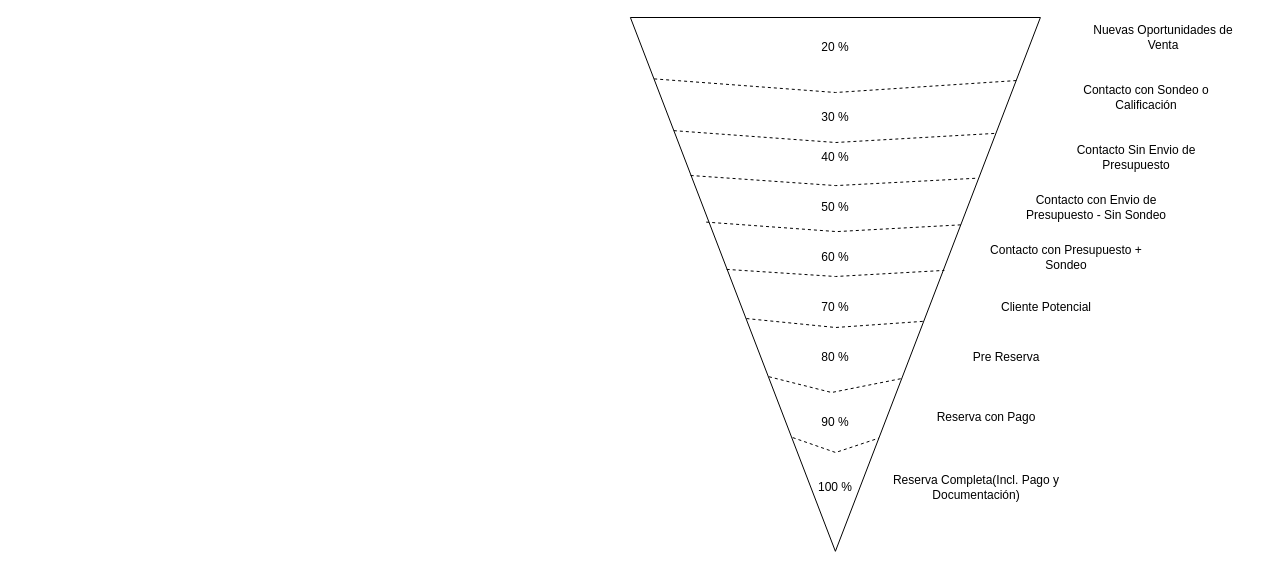
The draw.io diagram Enbudo.drawio in ss-vector/ss-vector, before the edit. Source tidied: cells renumbered, new cells numbered last; positions are measured from the earlier drawing's top-left corner, leaving out a move shared by most shapes. Both pictures are drawn from the tidied source at 100%, with x=0, y=0 at pixel (568, 22).
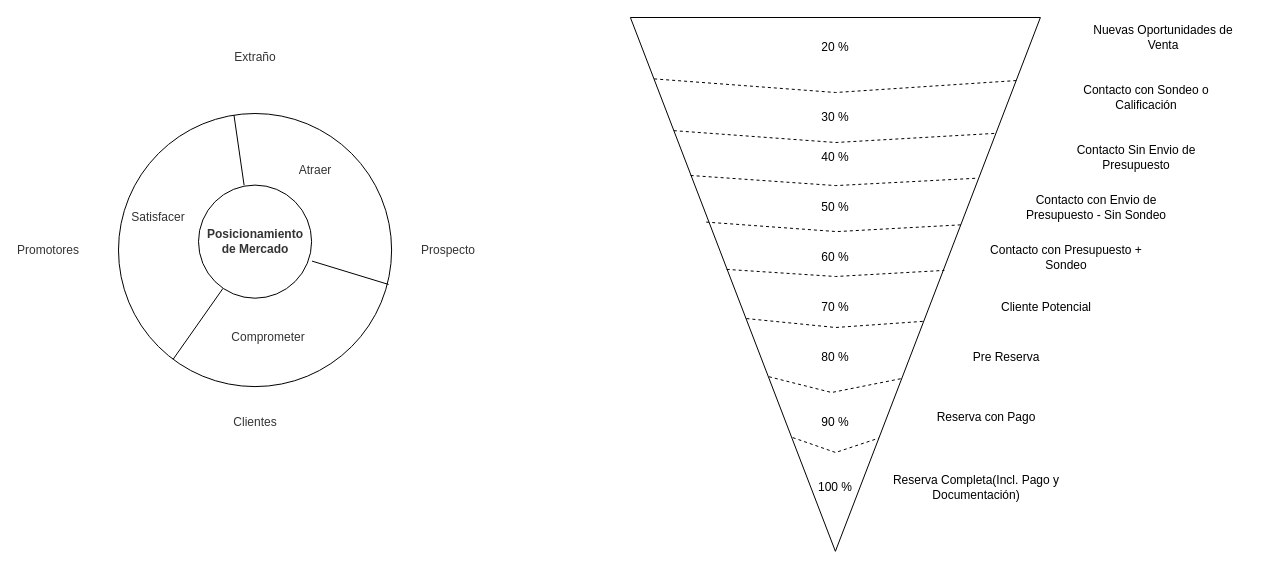
The same diagram, later.

What changed in the source:
```diff
@@
+    <mxCell id="29" style="group;" parent="1" vertex="1">
+      <mxGeometry x="-450" y="91" width="273.1" height="273.1" as="geometry" />
+    </mxCell>
+    <mxCell id="30" style="ellipse;whiteSpace=wrap;html=1;fontColor=#FFFFFF;fillColor=none;" parent="29" vertex="1">
+      <mxGeometry width="273.1" height="273.1" as="geometry" />
+    </mxCell>
+    <mxCell id="31" style="ellipse;whiteSpace=wrap;html=1;fontColor=#FFFFFF;fillColor=none;" parent="29" vertex="1">
+      <mxGeometry x="80" y="71.6" width="113.1" height="113.1" as="geometry" />
+    </mxCell>
+    <mxCell id="32" value="&lt;b&gt;&lt;font color=&quot;#333333&quot;&gt;Posicionamiento de Mercado&lt;br&gt;&lt;/font&gt;&lt;/b&gt;" style="text;html=1;strokeColor=none;fillColor=none;align=center;verticalAlign=middle;whiteSpace=wrap;rounded=0;fontColor=#FFFFFF;" parent="29" vertex="1">
+      <mxGeometry x="106.6" y="113.1" width="60" height="30" as="geometry" />
+    </mxCell>
+    <mxCell id="33" style="endArrow=none;html=1;rounded=0;fontColor=#333333;exitX=0.403;exitY=0;exitDx=0;exitDy=0;exitPerimeter=0;" parent="29" edge="1" source="31" target="30">
+      <mxGeometry relative="1" as="geometry" />
+    </mxCell>
+    <mxCell id="34" value="Atraer" style="text;html=1;strokeColor=none;fillColor=none;align=center;verticalAlign=middle;whiteSpace=wrap;rounded=0;fontColor=#333333;" parent="29" vertex="1">
+      <mxGeometry x="166.6" y="41.6" width="60" height="30" as="geometry" />
+    </mxCell>
+    <mxCell id="35" style="endArrow=none;html=1;rounded=0;fontColor=#333333;exitX=1.004;exitY=0.672;exitDx=0;exitDy=0;exitPerimeter=0;entryX=0.989;entryY=0.626;entryDx=0;entryDy=0;entryPerimeter=0;" parent="29" edge="1" source="31" target="30">
+      <mxGeometry relative="1" as="geometry" />
+    </mxCell>
+    <mxCell id="36" value="Comprometer" style="text;html=1;strokeColor=none;fillColor=none;align=center;verticalAlign=middle;whiteSpace=wrap;rounded=0;fontColor=#333333;" parent="29" vertex="1">
+      <mxGeometry x="120" y="209" width="60" height="30" as="geometry" />
+    </mxCell>
+    <mxCell id="37" style="endArrow=none;html=1;rounded=0;fontColor=#333333;entryX=0.216;entryY=0.914;entryDx=0;entryDy=0;entryPerimeter=0;exitX=0.2;exitY=0.9;exitDx=0;exitDy=0;exitPerimeter=0;" parent="29" edge="1" source="30" target="31">
+      <mxGeometry relative="1" as="geometry" />
+    </mxCell>
+    <mxCell id="38" value="Satisfacer" style="text;html=1;strokeColor=none;fillColor=none;align=center;verticalAlign=middle;whiteSpace=wrap;rounded=0;fontColor=#333333;" parent="29" vertex="1">
+      <mxGeometry x="10" y="89" width="60" height="30" as="geometry" />
+    </mxCell>
+    <mxCell id="39" value="&lt;font color=&quot;#333333&quot;&gt;Extraño&lt;/font&gt;" style="text;html=1;strokeColor=none;fillColor=none;align=center;verticalAlign=middle;whiteSpace=wrap;rounded=0;fontColor=#FFFFFF;" parent="1" vertex="1">
+      <mxGeometry x="-343.4" y="20" width="60" height="30" as="geometry" />
+    </mxCell>
+    <mxCell id="40" value="&lt;font color=&quot;#333333&quot;&gt;Prospecto&lt;/font&gt;" style="text;html=1;strokeColor=none;fillColor=none;align=center;verticalAlign=middle;whiteSpace=wrap;rounded=0;fontColor=#FFFFFF;" parent="1" vertex="1">
+      <mxGeometry x="-150" y="212.6" width="60" height="30" as="geometry" />
+    </mxCell>
+    <mxCell id="41" value="&lt;div&gt;&lt;font color=&quot;#333333&quot;&gt;Clientes&lt;/font&gt;&lt;/div&gt;" style="text;html=1;strokeColor=none;fillColor=none;align=center;verticalAlign=middle;whiteSpace=wrap;rounded=0;fontColor=#FFFFFF;" parent="1" vertex="1">
+      <mxGeometry x="-343.4" y="384.5" width="60" height="30" as="geometry" />
+    </mxCell>
+    <mxCell id="42" value="Promotores" style="text;html=1;strokeColor=none;fillColor=none;align=center;verticalAlign=middle;whiteSpace=wrap;rounded=0;fontColor=#333333;" parent="1" vertex="1">
+      <mxGeometry x="-550" y="212.6" width="60" height="30" as="geometry" />
+    </mxCell>
```
